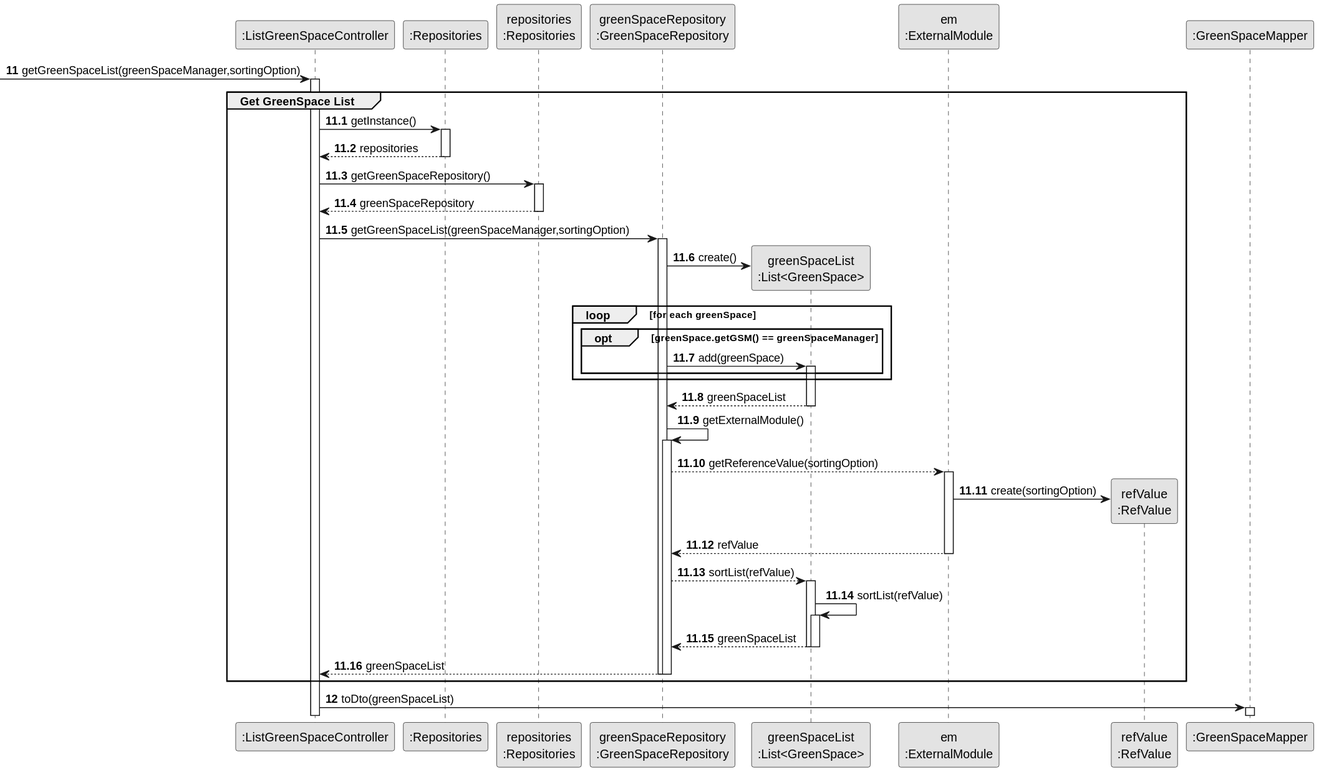
The PlantUML diagram docs/sprintC/us027/03.design/svg/us027-sequence-diagram-partial-get-GreenSpace-list.svg in diogoveirospro/lei-24-s2-1dg-g072, before a commit.
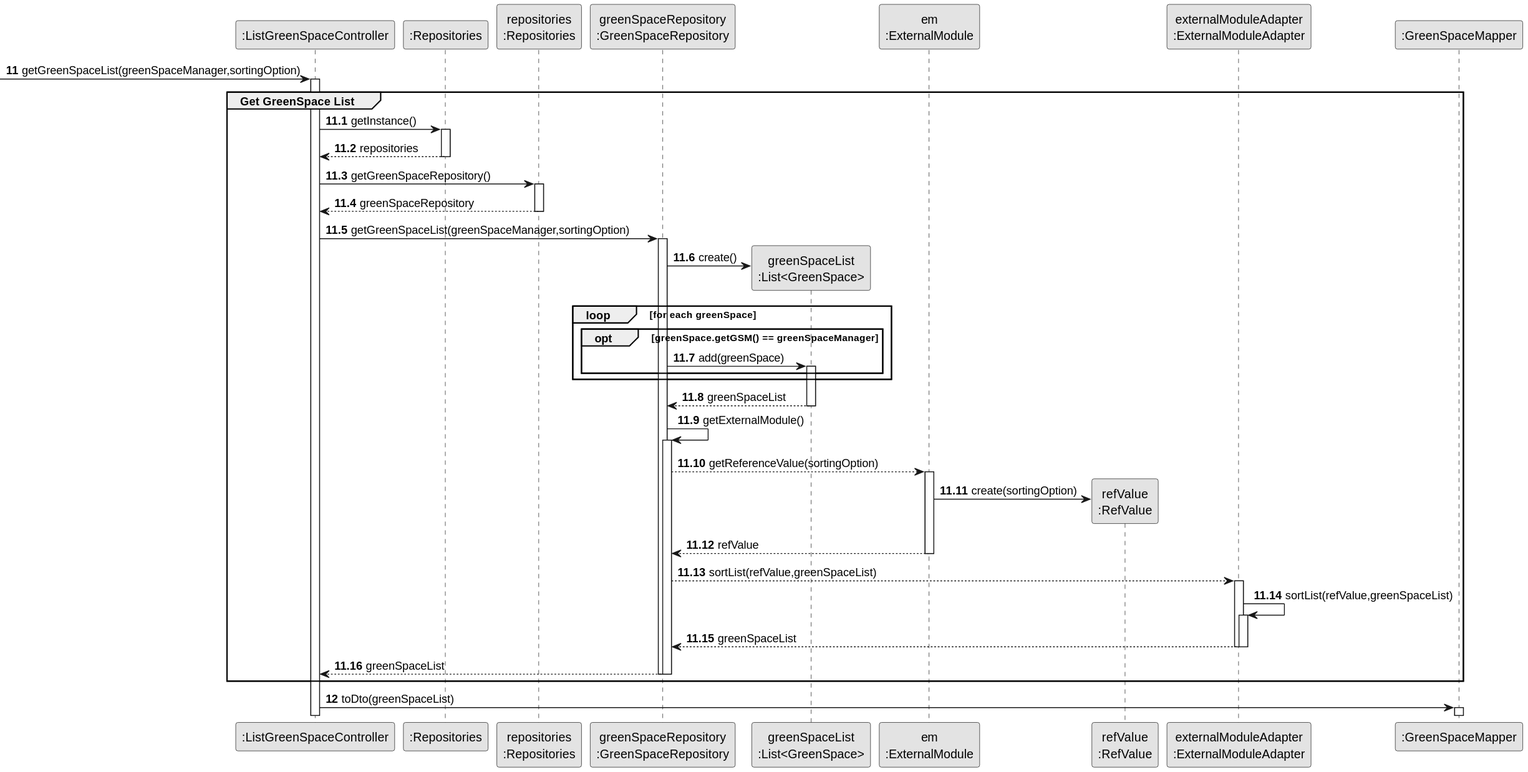
After the change.

Change to the diagram source:
```diff
@@ -13,6 +13,7 @@
 participant "greenSpaceList\n:List<GreenSpace>" as greenSpaceList
 participant "em\n:ExternalModule" as EM
 participant "refValue\n:RefValue" as RefValue
+participant "externalModuleAdapter\n:ExternalModuleAdapter" as Adapter
 participant ":GreenSpaceMapper" as Mapper
 
 autonumber 11
@@ -42,41 +43,47 @@
                 activate greenSpaceRepository
 
                         greenSpaceRepository -> greenSpaceList**: create()
-                        loop for each greenSpace
-opt greenSpace.getGSM() == greenSpaceManager
-                            greenSpaceRepository -> greenSpaceList : add(greenSpace)
-                                activate greenSpaceList
+                                                loop for each greenSpace
+                        opt greenSpace.getGSM() == greenSpaceManager
+                                                    greenSpaceRepository -> greenSpaceList : add(greenSpace)
+                                                        activate greenSpaceList
 
 
 
 
 
-                                        end
+                                                                end
 
-                                        end
-                                        greenSpaceList --> greenSpaceRepository : greenSpaceList
-                                deactivate greenSpaceList
-                                    greenSpaceRepository -> greenSpaceRepository : getExternalModule()
+                                                                end
 
-                                    activate greenSpaceRepository
 
-                                        greenSpaceRepository --> EM : getReferenceValue(sortingOption)
-                                        activate EM
+                                                                        greenSpaceList --> greenSpaceRepository: greenSpaceList
 
-                                                EM -> RefValue** : create(sortingOption)
-                                        EM --> greenSpaceRepository : refValue
-                                        deactivate EM
 
-                                        greenSpaceRepository --> greenSpaceList : sortList(refValue)
-                                        activate greenSpaceList
-                                                greenSpaceList -> greenSpaceList : sortList(refValue)
-                                                activate greenSpaceList
+                                                        deactivate greenSpaceList
 
-                                                    greenSpaceList --> greenSpaceRepository : greenSpaceList
-                                                deactivate greenSpaceList
 
-                                        deactivate greenSpaceList
+                                                            greenSpaceRepository -> greenSpaceRepository : getExternalModule()
 
+                                                            activate greenSpaceRepository
+
+                                                                greenSpaceRepository --> EM : getReferenceValue(sortingOption)
+                                                                activate EM
+
+                                                                        EM -> RefValue** : create(sortingOption)
+                                                                EM --> greenSpaceRepository : refValue
+                                                                deactivate EM
+
+                                                                greenSpaceRepository --> Adapter : sortList(refValue,greenSpaceList)
+                                                                activate Adapter
+
+                                                                        Adapter -> Adapter : sortList(refValue,greenSpaceList)
+                                                                        activate Adapter
+
+                                                                            Adapter --> greenSpaceRepository : greenSpaceList
+                                                                        deactivate Adapter
+
+                                                                deactivate Adapter
 
                         greenSpaceRepository --> CTRL : greenSpaceList
 
```
